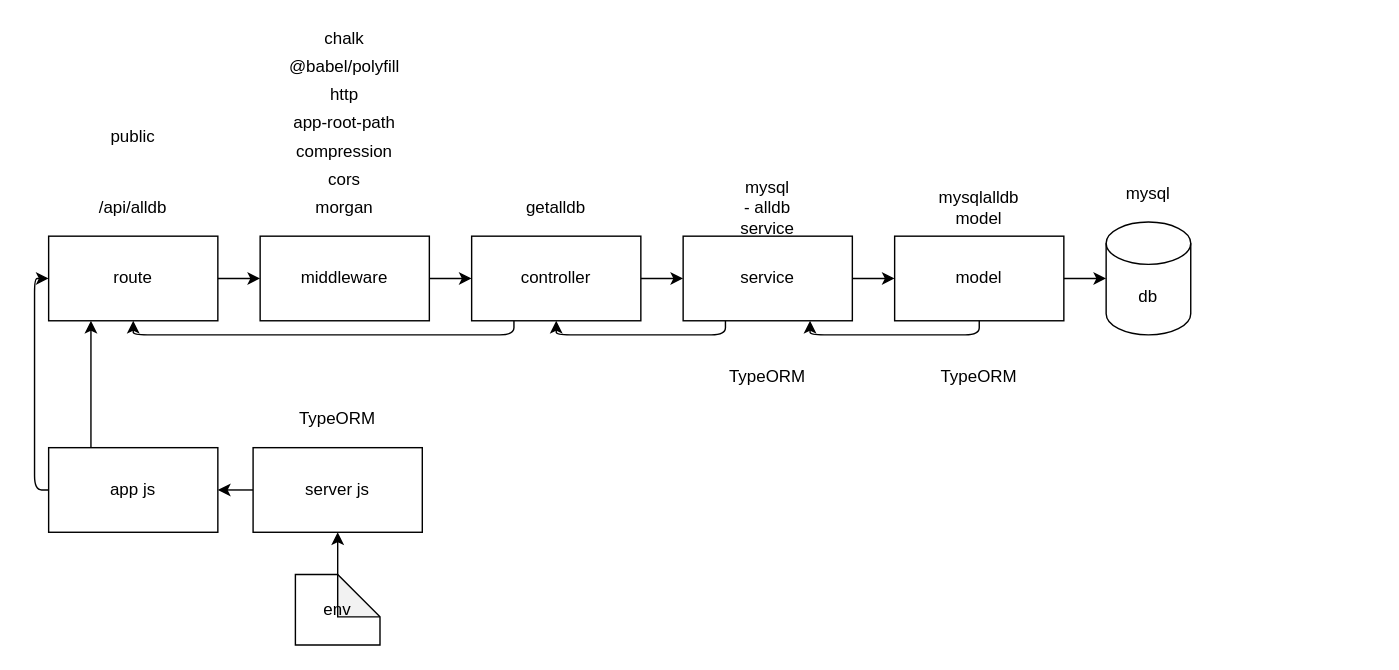
The draw.io diagram documentation/Expressapi-model.drawio in llanesleonardo/api-orm-, before the edit. Source tidied: cells renumbered, new cells numbered last; positions are measured from the earlier drawing's top-left corner, leaving out a move shared by most shapes. Both pictures are drawn from the tidied source at 141%, with x=0, y=0 at pixel (48, 24).
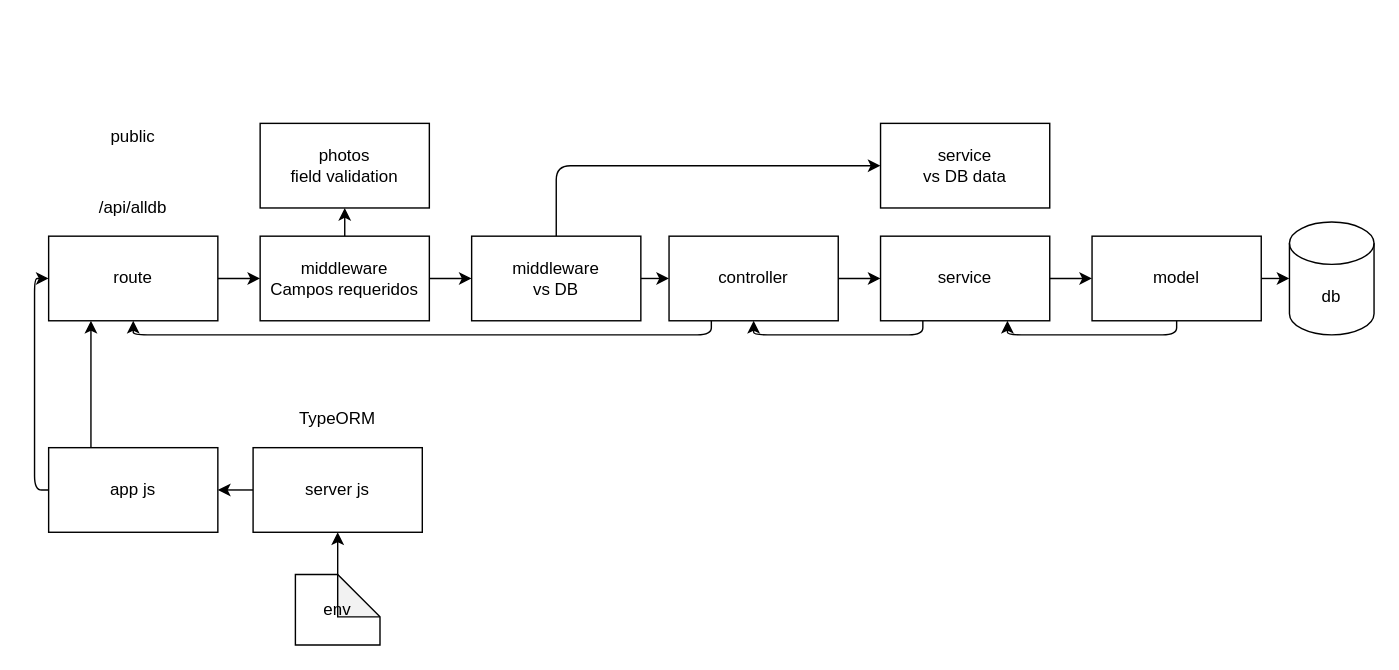
The same diagram, later.

What changed in the source:
```diff
@@
-    <mxCell id="4" style="edgeStyle=none;html=1;exitX=1;exitY=0.5;exitDx=0;exitDy=0;entryX=0;entryY=0.5;entryDx=0;entryDy=0;" parent="1" edge="1" source="5" target="8">
-      <mxGeometry relative="1" as="geometry" />
-    </mxCell>
+    <mxCell id="39" style="edgeStyle=orthogonalEdgeStyle;html=1;exitX=1;exitY=0.5;exitDx=0;exitDy=0;entryX=0;entryY=0.5;entryDx=0;entryDy=0;" parent="1" edge="1" source="5" target="43">
+      <mxGeometry relative="1" as="geometry" />
+    </mxCell>
+    <mxCell id="40" style="edgeStyle=orthogonalEdgeStyle;html=1;exitX=0.5;exitY=0;exitDx=0;exitDy=0;entryX=0.5;entryY=1;entryDx=0;entryDy=0;" parent="1" edge="1" source="5" target="44">
+      <mxGeometry relative="1" as="geometry" />
+    </mxCell>
-    <mxCell id="5" value="middleware" style="rounded=0;whiteSpace=wrap;html=1;" parent="1" vertex="1">
+    <mxCell id="5" value="middleware&lt;br&gt;Campos requeridos" style="rounded=0;whiteSpace=wrap;html=1;" parent="1" vertex="1">
       <mxGeometry x="150" y="150" width="120" height="60" as="geometry" />
     </mxCell>
@@
     <mxCell id="8" value="controller" style="rounded=0;whiteSpace=wrap;html=1;" parent="1" vertex="1">
-      <mxGeometry x="300" y="150" width="120" height="60" as="geometry" />
+      <mxGeometry x="440" y="150" width="120" height="60" as="geometry" />
     </mxCell>
@@
     <mxCell id="11" value="service" style="rounded=0;whiteSpace=wrap;html=1;" parent="1" vertex="1">
-      <mxGeometry x="450" y="150" width="120" height="60" as="geometry" />
+      <mxGeometry x="590" y="150" width="120" height="60" as="geometry" />
     </mxCell>
@@
     <mxCell id="14" value="model" style="rounded=0;whiteSpace=wrap;html=1;" parent="1" vertex="1">
-      <mxGeometry x="600" y="150" width="120" height="60" as="geometry" />
+      <mxGeometry x="740" y="150" width="120" height="60" as="geometry" />
     </mxCell>
     <mxCell id="15" value="db" style="shape=cylinder3;whiteSpace=wrap;html=1;boundedLbl=1;backgroundOutline=1;size=15;" parent="1" vertex="1">
-      <mxGeometry x="750" y="140" width="60" height="80" as="geometry" />
+      <mxGeometry x="880" y="140" width="60" height="80" as="geometry" />
     </mxCell>
@@
-    <mxCell id="18" value="morgan" style="text;html=1;strokeColor=none;fillColor=none;align=center;verticalAlign=middle;whiteSpace=wrap;rounded=0;" parent="1" vertex="1">
-      <mxGeometry x="190" y="120" width="40" height="20" as="geometry" />
-    </mxCell>
-    <mxCell id="19" value="cors" style="text;html=1;strokeColor=none;fillColor=none;align=center;verticalAlign=middle;whiteSpace=wrap;rounded=0;" parent="1" vertex="1">
-      <mxGeometry x="190" y="100" width="40" height="20" as="geometry" />
-    </mxCell>
-    <mxCell id="20" value="compression" style="text;html=1;strokeColor=none;fillColor=none;align=center;verticalAlign=middle;whiteSpace=wrap;rounded=0;" parent="1" vertex="1">
-      <mxGeometry x="190" y="80" width="40" height="20" as="geometry" />
-    </mxCell>
-    <mxCell id="21" value="app-root-path" style="text;html=1;strokeColor=none;fillColor=none;align=center;verticalAlign=middle;whiteSpace=wrap;rounded=0;" parent="1" vertex="1">
-      <mxGeometry x="155" y="60" width="110" height="20" as="geometry" />
-    </mxCell>
-    <mxCell id="22" value="http" style="text;html=1;strokeColor=none;fillColor=none;align=center;verticalAlign=middle;whiteSpace=wrap;rounded=0;" parent="1" vertex="1">
-      <mxGeometry x="190" y="40" width="40" height="20" as="geometry" />
-    </mxCell>
-    <mxCell id="23" value="@babel/polyfill" style="text;html=1;strokeColor=none;fillColor=none;align=center;verticalAlign=middle;whiteSpace=wrap;rounded=0;" parent="1" vertex="1">
-      <mxGeometry x="190" y="20" width="40" height="20" as="geometry" />
-    </mxCell>
-    <mxCell id="24" value="chalk" style="text;html=1;strokeColor=none;fillColor=none;align=center;verticalAlign=middle;whiteSpace=wrap;rounded=0;" parent="1" vertex="1">
-      <mxGeometry x="190" width="40" height="20" as="geometry" />
-    </mxCell>
@@
-    <mxCell id="32" value="getalldb" style="text;html=1;strokeColor=none;fillColor=none;align=center;verticalAlign=middle;whiteSpace=wrap;rounded=0;" parent="1" vertex="1">
-      <mxGeometry x="340" y="120" width="40" height="20" as="geometry" />
-    </mxCell>
-    <mxCell id="33" value="mysql - alldb&lt;br&gt;service" style="text;html=1;strokeColor=none;fillColor=none;align=center;verticalAlign=middle;whiteSpace=wrap;rounded=0;" parent="1" vertex="1">
-      <mxGeometry x="490" y="120" width="40" height="20" as="geometry" />
-    </mxCell>
-    <mxCell id="34" value="mysqlalldb&lt;br&gt;model" style="text;html=1;strokeColor=none;fillColor=none;align=center;verticalAlign=middle;whiteSpace=wrap;rounded=0;" parent="1" vertex="1">
-      <mxGeometry x="640" y="120" width="40" height="20" as="geometry" />
-    </mxCell>
-    <mxCell id="35" value="mysql" style="text;html=1;strokeColor=none;fillColor=none;align=center;verticalAlign=middle;whiteSpace=wrap;rounded=0;" parent="1" vertex="1">
-      <mxGeometry x="760" y="110" width="40" height="20" as="geometry" />
-    </mxCell>
-    <mxCell id="36" value="TypeORM" style="text;html=1;strokeColor=none;fillColor=none;align=center;verticalAlign=middle;whiteSpace=wrap;rounded=0;" parent="1" vertex="1">
-      <mxGeometry x="640" y="240" width="40" height="20" as="geometry" />
-    </mxCell>
-    <mxCell id="37" value="TypeORM" style="text;html=1;strokeColor=none;fillColor=none;align=center;verticalAlign=middle;whiteSpace=wrap;rounded=0;" parent="1" vertex="1">
-      <mxGeometry x="490" y="240" width="40" height="20" as="geometry" />
-    </mxCell>
@@
+    <mxCell id="41" style="edgeStyle=orthogonalEdgeStyle;html=1;exitX=1;exitY=0.5;exitDx=0;exitDy=0;" parent="1" edge="1" source="43" target="8">
+      <mxGeometry relative="1" as="geometry" />
+    </mxCell>
+    <mxCell id="42" style="edgeStyle=orthogonalEdgeStyle;html=1;exitX=0.5;exitY=0;exitDx=0;exitDy=0;entryX=0;entryY=0.5;entryDx=0;entryDy=0;" parent="1" edge="1" source="43" target="45">
+      <mxGeometry relative="1" as="geometry" />
+    </mxCell>
+    <mxCell id="43" value="middleware&lt;br&gt;vs DB" style="rounded=0;whiteSpace=wrap;html=1;" parent="1" vertex="1">
+      <mxGeometry x="300" y="150" width="120" height="60" as="geometry" />
+    </mxCell>
+    <mxCell id="44" value="photos&lt;br&gt;field validation" style="rounded=0;whiteSpace=wrap;html=1;" parent="1" vertex="1">
+      <mxGeometry x="150" y="70" width="120" height="60" as="geometry" />
+    </mxCell>
+    <mxCell id="45" value="service&lt;br&gt;vs DB data" style="rounded=0;whiteSpace=wrap;html=1;" parent="1" vertex="1">
+      <mxGeometry x="590" y="70" width="120" height="60" as="geometry" />
+    </mxCell>
```
